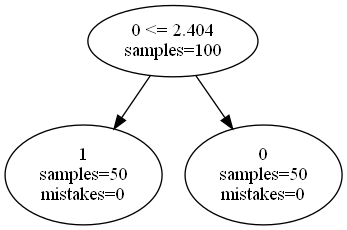
Before: TCC/test.gv.png, a diagram exported from Graphviz (lucasximenes/improved-dollop). Its source is kept beside it as TCC/test.gv.
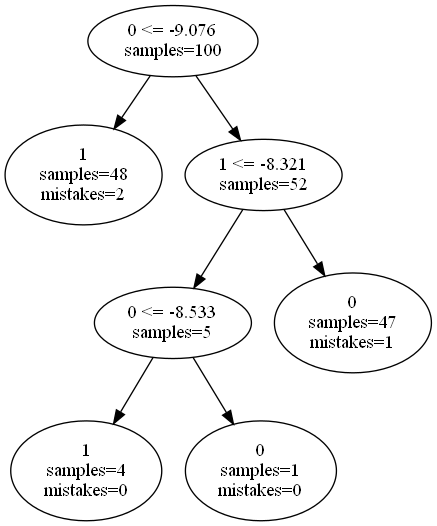
Above is the later version.

Change to the diagram source:
```diff
@@ -1,12 +1,26 @@
 digraph ClusteringTree {
-n_0 [label="0 <= 2.404
+n_0 [label="0 <= -9.076
 samples=\100"];
 n_1 [label="1
-samples=\50
+samples=\48
+mistakes=\2"];
+n_2 [label="1 <= -8.321
+samples=\52"];
+n_3 [label="0 <= -8.533
+samples=\5"];
+n_4 [label="0
+samples=\47
+mistakes=\1"];
+n_5 [label="1
+samples=\4
 mistakes=\0"];
-n_2 [label="0
-samples=\50
+n_6 [label="0
+samples=\1
 mistakes=\0"];
 n_0 -> n_1;
 n_0 -> n_2;
+n_2 -> n_3;
+n_2 -> n_4;
+n_3 -> n_5;
+n_3 -> n_6;
 }
```
